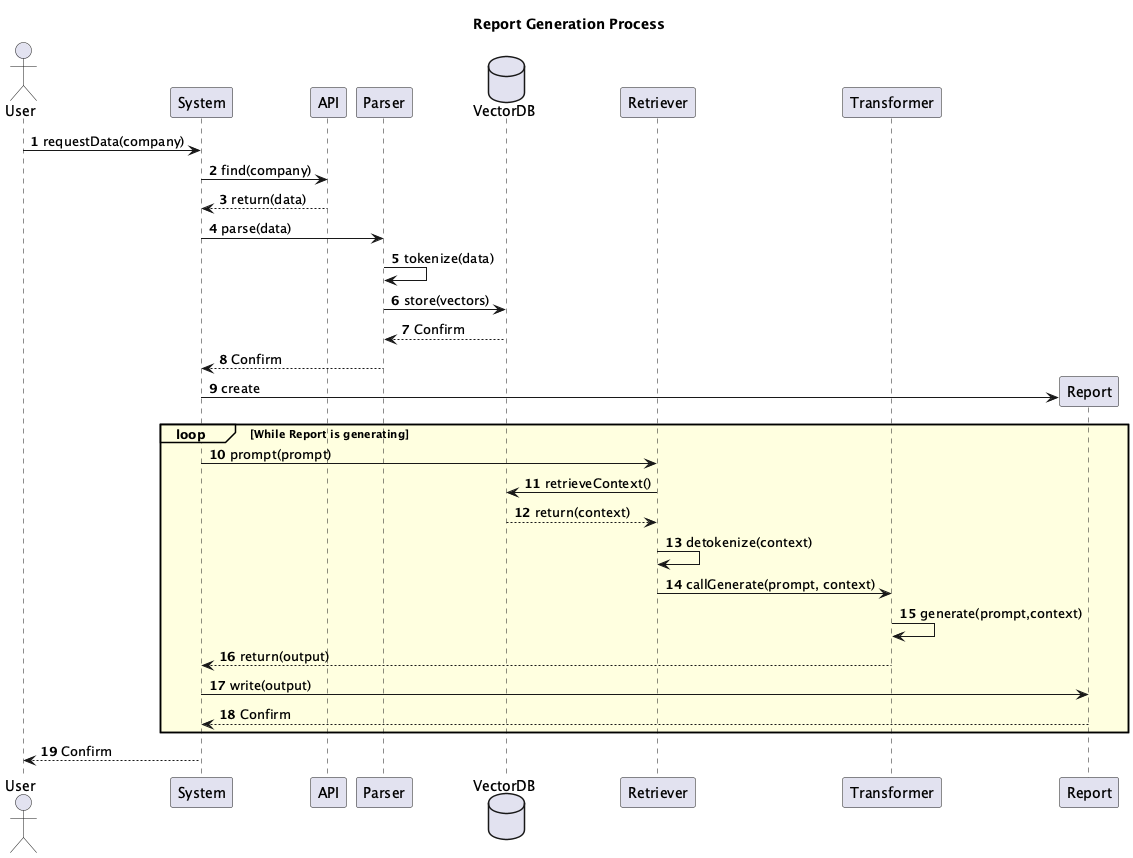
Earlier version of the PlantUML export img/uml-sequence-generate-report.png (anthony-boileau/Team-28-Polyfinance-datathon-2024). Source of this version:
```plantuml
@startuml
actor User
participant System
participant API as API
participant Parser
database "VectorDB" as DB
participant Retriever
participant Transformer
participant Report

autonumber

title Report Generation Process

User -> System : requestData(company)
System -> API: find(company)
API --> System: return(data)
System -> Parser: parse(data)
Parser -> Parser: tokenize(data)
Parser -> DB: store(vectors)
DB --> Parser: Confirm
Parser --> System: Confirm

System -> Report **:create

loop#lightyellow #lightyellow While Report is generating
    System -> Retriever: prompt(prompt)
    Retriever -> DB: retrieveContext()
    DB --> Retriever: return(context)
    Retriever -> Retriever: detokenize(context)
    Retriever -> Transformer: callGenerate(prompt, context)
    Transformer -> Transformer: generate(prompt,context)
    Transformer --> System: return(output)
    System -> Report: write(output)
    Report --> System: Confirm
end

System --> User: Confirm

@enduml
```
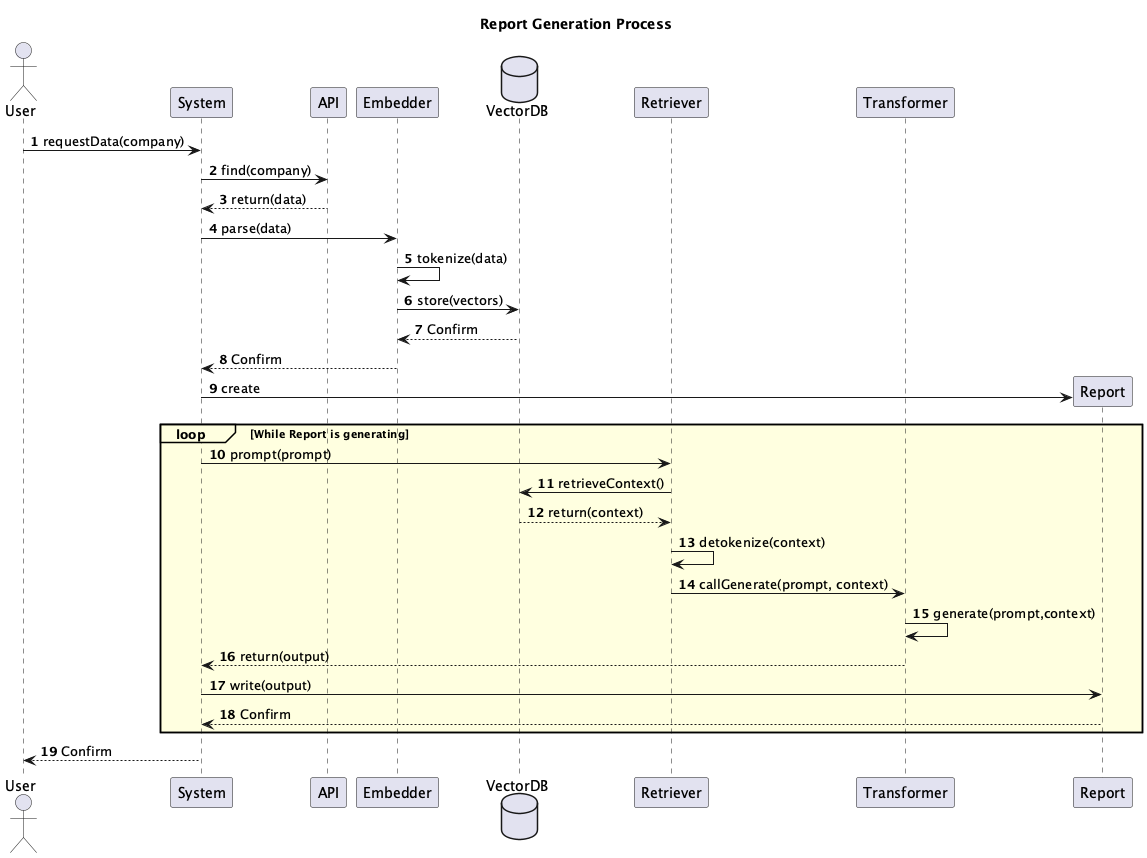
After the change.

Diff of the diagram source:
```diff
@@ -2,7 +2,7 @@
 actor User
 participant System
 participant API as API
-participant Parser
+participant Embedder
 database "VectorDB" as DB
 participant Retriever
 participant Transformer
@@ -15,11 +15,11 @@
 User -> System : requestData(company)
 System -> API: find(company)
 API --> System: return(data)
-System -> Parser: parse(data)
-Parser -> Parser: tokenize(data)
-Parser -> DB: store(vectors)
-DB --> Parser: Confirm
-Parser --> System: Confirm
+System -> Embedder: parse(data)
+Embedder -> Embedder: tokenize(data)
+Embedder -> DB: store(vectors)
+DB --> Embedder: Confirm
+Embedder --> System: Confirm
 
 System -> Report **:create
 
```
